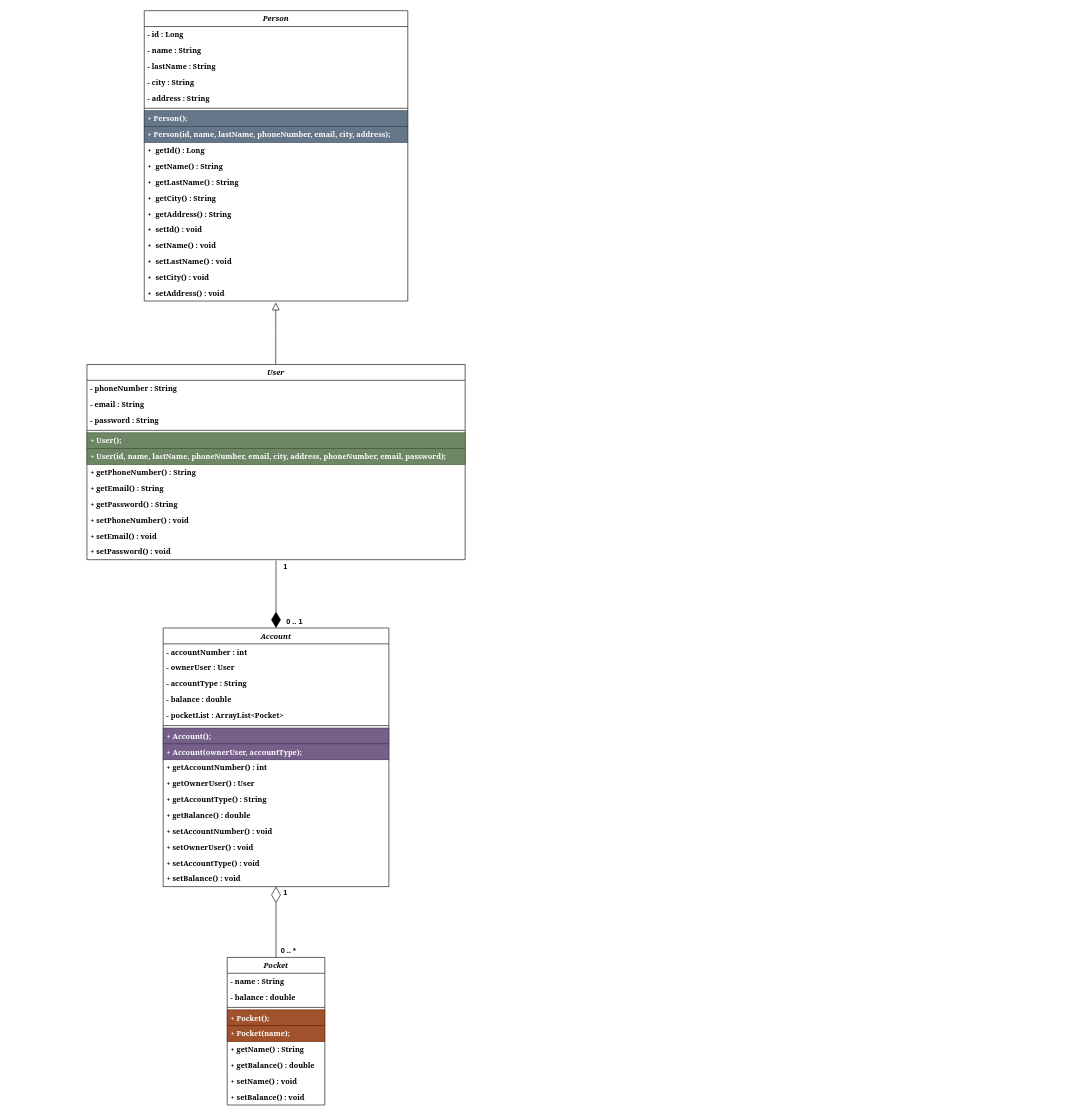
Above: docs/data-models.drawio in lopez-org/bank (draw.io), before the change. Source tidied: cells renumbered, new cells numbered last; positions are measured from the earlier drawing's top-left corner, leaving out a move shared by most shapes. Both pictures are drawn from the tidied source at 61%, with x=0, y=0 at pixel (87, 10).
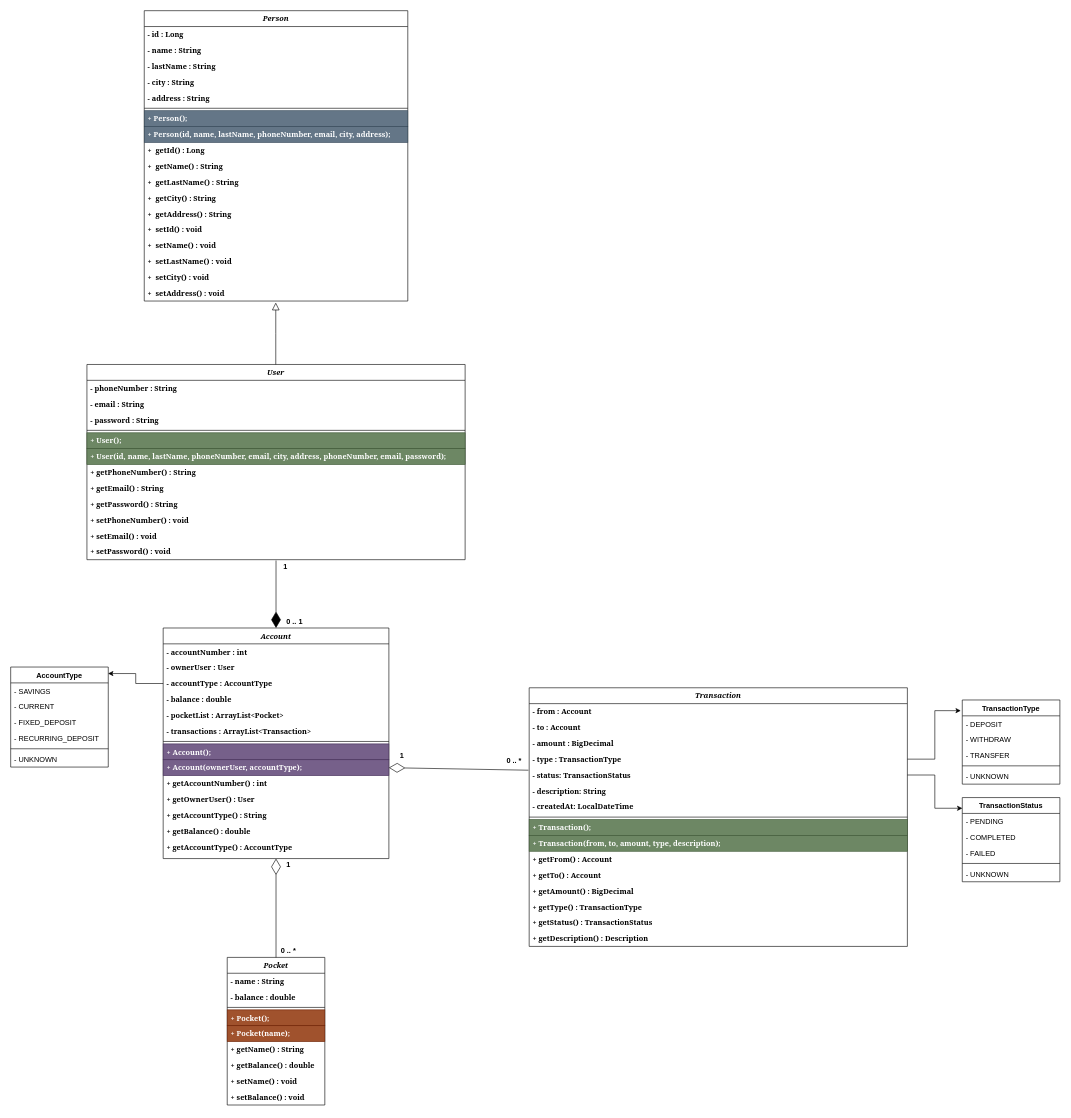
The same page after the edit.

Diff of the diagram source:
```diff
@@
     <mxCell id="15" value="Account" style="swimlane;fontStyle=3;align=center;verticalAlign=top;horizontal=1;startSize=26;rounded=0;shadow=0;strokeWidth=1;fontFamily=Georgia;" parent="1" vertex="1">
-      <mxGeometry x="125" y="1012" width="370" height="424" as="geometry" />
+      <mxGeometry x="125" y="1012" width="370" height="378" as="geometry" />
     </mxCell>
@@
-    <mxCell id="18" value="- accountType : String" style="text;align=left;verticalAlign=top;spacingLeft=4;spacingRight=4;overflow=hidden;points=[[0,0.5],[1,0.5]];portConstraint=eastwest;fontStyle=1;fontFamily=Georgia;" parent="15" vertex="1">
+    <mxCell id="18" value="- accountType : AccountType" style="text;align=left;verticalAlign=top;spacingLeft=4;spacingRight=4;overflow=hidden;points=[[0,0.5],[1,0.5]];portConstraint=eastwest;fontStyle=1;fontFamily=Georgia;" parent="15" vertex="1">
       <mxGeometry y="78" width="370" height="26" as="geometry" />
     </mxCell>
@@
+    <mxCell id="68" value="- transactions : ArrayList&lt;Transaction&gt;" style="text;align=left;verticalAlign=top;spacingLeft=4;spacingRight=4;overflow=hidden;fontStyle=1;fontFamily=Georgia;" parent="15" vertex="1">
+      <mxGeometry y="156" width="370" height="26" as="geometry" />
+    </mxCell>
     <mxCell id="21" style="line;html=1;strokeWidth=1;align=left;verticalAlign=middle;spacingTop=-1;spacingLeft=3;spacingRight=3;labelPosition=right;" parent="15" vertex="1">
-      <mxGeometry y="156" width="370" height="8" as="geometry" />
+      <mxGeometry y="182" width="370" height="8" as="geometry" />
     </mxCell>
     <mxCell id="22" value="+ Account();" style="text;align=left;verticalAlign=top;spacingLeft=4;spacingRight=4;overflow=hidden;fontStyle=1;fontFamily=Georgia;fillColor=#76608a;strokeColor=#432D57;fontColor=#ffffff;" parent="15" vertex="1">
-      <mxGeometry y="164" width="370" height="26" as="geometry" />
+      <mxGeometry y="190" width="370" height="26" as="geometry" />
     </mxCell>
     <mxCell id="23" value="+ Account(ownerUser, accountType);" style="text;align=left;verticalAlign=top;spacingLeft=4;spacingRight=4;overflow=hidden;points=[[0,0.5],[1,0.5]];portConstraint=eastwest;fontStyle=1;fontFamily=Georgia;fillColor=#76608a;strokeColor=#432D57;fontColor=#ffffff;" parent="15" vertex="1">
-      <mxGeometry y="190" width="370" height="26" as="geometry" />
+      <mxGeometry y="216" width="370" height="26" as="geometry" />
     </mxCell>
     <mxCell id="24" value="+ getAccountNumber() : int" style="text;align=left;verticalAlign=top;spacingLeft=4;spacingRight=4;overflow=hidden;fontStyle=1;fontFamily=Georgia;" parent="15" vertex="1">
-      <mxGeometry y="216" width="370" height="26" as="geometry" />
+      <mxGeometry y="242" width="370" height="26" as="geometry" />
     </mxCell>
     <mxCell id="25" value="+ getOwnerUser() : User" style="text;align=left;verticalAlign=top;spacingLeft=4;spacingRight=4;overflow=hidden;fontStyle=1;fontFamily=Georgia;" parent="15" vertex="1">
-      <mxGeometry y="242" width="370" height="26" as="geometry" />
+      <mxGeometry y="268" width="370" height="26" as="geometry" />
     </mxCell>
     <mxCell id="26" value="+ getAccountType() : String" style="text;align=left;verticalAlign=top;spacingLeft=4;spacingRight=4;overflow=hidden;fontStyle=1;fontFamily=Georgia;" parent="15" vertex="1">
-      <mxGeometry y="268" width="370" height="26" as="geometry" />
+      <mxGeometry y="294" width="370" height="26" as="geometry" />
     </mxCell>
     <mxCell id="27" value="+ getBalance() : double" style="text;align=left;verticalAlign=top;spacingLeft=4;spacingRight=4;overflow=hidden;fontStyle=1;fontFamily=Georgia;" parent="15" vertex="1">
-      <mxGeometry y="294" width="370" height="26" as="geometry" />
+      <mxGeometry y="320" width="370" height="26" as="geometry" />
     </mxCell>
-    <mxCell id="28" value="+ setAccountNumber() : void" style="text;align=left;verticalAlign=top;spacingLeft=4;spacingRight=4;overflow=hidden;fontStyle=1;fontFamily=Georgia;" parent="15" vertex="1">
-      <mxGeometry y="320" width="370" height="26" as="geometry" />
+    <mxCell id="28" value="+ getAccountType() : AccountType" style="text;align=left;verticalAlign=top;spacingLeft=4;spacingRight=4;overflow=hidden;fontStyle=1;fontFamily=Georgia;" parent="15" vertex="1">
+      <mxGeometry y="346" width="370" height="26" as="geometry" />
     </mxCell>
-    <mxCell id="29" value="+ setOwnerUser() : void" style="text;align=left;verticalAlign=top;spacingLeft=4;spacingRight=4;overflow=hidden;fontStyle=1;fontFamily=Georgia;" parent="15" vertex="1">
-      <mxGeometry y="346" width="370" height="26" as="geometry" />
-    </mxCell>
-    <mxCell id="30" value="+ setAccountType() : void" style="text;align=left;verticalAlign=top;spacingLeft=4;spacingRight=4;overflow=hidden;fontStyle=1;fontFamily=Georgia;" parent="15" vertex="1">
-      <mxGeometry y="372" width="370" height="26" as="geometry" />
-    </mxCell>
-    <mxCell id="31" value="+ setBalance() : void" style="text;align=left;verticalAlign=top;spacingLeft=4;spacingRight=4;overflow=hidden;fontStyle=1;fontFamily=Georgia;" parent="15" vertex="1">
-      <mxGeometry y="398" width="370" height="26" as="geometry" />
-    </mxCell>
@@
     <mxCell id="66" value="1" style="text;align=center;fontStyle=1;verticalAlign=middle;spacingLeft=3;spacingRight=3;strokeColor=none;html=1;" parent="1" vertex="1">
-      <mxGeometry x="315" y="1436" width="20" height="22" as="geometry" />
+      <mxGeometry x="320" y="1390" width="20" height="22" as="geometry" />
     </mxCell>
@@
+    <mxCell id="69" value="Transaction" style="swimlane;fontStyle=3;align=center;verticalAlign=top;horizontal=1;startSize=26;rounded=0;shadow=0;strokeWidth=1;fontFamily=Georgia;" parent="1" vertex="1">
+      <mxGeometry x="725" y="1110" width="620" height="424" as="geometry" />
+    </mxCell>
+    <mxCell id="70" value="- from : Account" style="text;align=left;verticalAlign=top;spacingLeft=4;spacingRight=4;overflow=hidden;fontStyle=1;fontFamily=Georgia;" parent="69" vertex="1">
+      <mxGeometry y="26" width="620" height="26" as="geometry" />
+    </mxCell>
+    <mxCell id="71" value="- to : Account" style="text;align=left;verticalAlign=top;spacingLeft=4;spacingRight=4;overflow=hidden;fontStyle=1;fontFamily=Georgia;" parent="69" vertex="1">
+      <mxGeometry y="52" width="620" height="26" as="geometry" />
+    </mxCell>
+    <mxCell id="72" value="- amount : BigDecimal" style="text;align=left;verticalAlign=top;spacingLeft=4;spacingRight=4;overflow=hidden;fontStyle=1;fontFamily=Georgia;" parent="69" vertex="1">
+      <mxGeometry y="78" width="620" height="26" as="geometry" />
+    </mxCell>
+    <mxCell id="73" value="- type : TransactionType" style="text;align=left;verticalAlign=top;spacingLeft=4;spacingRight=4;overflow=hidden;points=[[0,0.5],[1,0.5]];portConstraint=eastwest;fontStyle=1;fontFamily=Georgia;" parent="69" vertex="1">
+      <mxGeometry y="104" width="620" height="26" as="geometry" />
+    </mxCell>
+    <mxCell id="74" value="- status: TransactionStatus" style="text;align=left;verticalAlign=top;spacingLeft=4;spacingRight=4;overflow=hidden;points=[[0,0.5],[1,0.5]];portConstraint=eastwest;fontStyle=1;fontFamily=Georgia;" parent="69" vertex="1">
+      <mxGeometry y="130" width="620" height="26" as="geometry" />
+    </mxCell>
+    <mxCell id="75" value="- description: String" style="text;align=left;verticalAlign=top;spacingLeft=4;spacingRight=4;overflow=hidden;fontStyle=1;fontFamily=Georgia;" parent="69" vertex="1">
+      <mxGeometry y="156" width="620" height="26" as="geometry" />
+    </mxCell>
+    <mxCell id="76" value="- createdAt: LocalDateTime" style="text;align=left;verticalAlign=top;spacingLeft=4;spacingRight=4;overflow=hidden;fontStyle=1;fontFamily=Georgia;" parent="69" vertex="1">
+      <mxGeometry y="182" width="620" height="26" as="geometry" />
+    </mxCell>
+    <mxCell id="77" style="line;html=1;strokeWidth=1;align=left;verticalAlign=middle;spacingTop=-1;spacingLeft=3;spacingRight=3;labelPosition=right;" parent="69" vertex="1">
+      <mxGeometry y="208" width="620" height="8" as="geometry" />
+    </mxCell>
+    <mxCell id="78" value="+ Transaction();" style="text;align=left;verticalAlign=top;spacingLeft=4;spacingRight=4;overflow=hidden;fontStyle=1;fontFamily=Georgia;fillColor=#6d8764;strokeColor=#3A5431;fontColor=#ffffff;" parent="69" vertex="1">
+      <mxGeometry y="216" width="620" height="26" as="geometry" />
+    </mxCell>
+    <mxCell id="79" value="+ Transaction(from, to, amount, type, description);" style="text;align=left;verticalAlign=top;spacingLeft=4;spacingRight=4;overflow=hidden;fontStyle=1;fontFamily=Georgia;fillColor=#6d8764;strokeColor=#3A5431;fontColor=#ffffff;" parent="69" vertex="1">
+      <mxGeometry y="242" width="620" height="26" as="geometry" />
+    </mxCell>
+    <mxCell id="80" value="+ getFrom() : Account" style="text;align=left;verticalAlign=top;spacingLeft=4;spacingRight=4;overflow=hidden;fontStyle=1;fontFamily=Georgia;" parent="69" vertex="1">
+      <mxGeometry y="268" width="620" height="26" as="geometry" />
+    </mxCell>
+    <mxCell id="81" value="+ getTo() : Account" style="text;align=left;verticalAlign=top;spacingLeft=4;spacingRight=4;overflow=hidden;fontStyle=1;fontFamily=Georgia;" parent="69" vertex="1">
+      <mxGeometry y="294" width="620" height="26" as="geometry" />
+    </mxCell>
+    <mxCell id="82" value="+ getAmount() : BigDecimal" style="text;align=left;verticalAlign=top;spacingLeft=4;spacingRight=4;overflow=hidden;fontStyle=1;fontFamily=Georgia;" parent="69" vertex="1">
+      <mxGeometry y="320" width="620" height="26" as="geometry" />
+    </mxCell>
+    <mxCell id="83" value="+ getType() : TransactionType" style="text;align=left;verticalAlign=top;spacingLeft=4;spacingRight=4;overflow=hidden;fontStyle=1;fontFamily=Georgia;" parent="69" vertex="1">
+      <mxGeometry y="346" width="620" height="26" as="geometry" />
+    </mxCell>
+    <mxCell id="84" value="+ getStatus() : TransactionStatus" style="text;align=left;verticalAlign=top;spacingLeft=4;spacingRight=4;overflow=hidden;fontStyle=1;fontFamily=Georgia;" parent="69" vertex="1">
+      <mxGeometry y="372" width="620" height="26" as="geometry" />
+    </mxCell>
+    <mxCell id="85" value="+ getDescription() : Description" style="text;align=left;verticalAlign=top;spacingLeft=4;spacingRight=4;overflow=hidden;fontStyle=1;fontFamily=Georgia;" parent="69" vertex="1">
+      <mxGeometry y="398" width="620" height="26" as="geometry" />
+    </mxCell>
+    <mxCell id="86" style="endArrow=diamondThin;endFill=0;endSize=24;html=1;rounded=0;exitX=-0.002;exitY=1.198;exitDx=0;exitDy=0;exitPerimeter=0;entryX=1;entryY=0.5;entryDx=0;entryDy=0;" parent="1" edge="1" source="73" target="23">
+      <mxGeometry relative="1" as="geometry" />
+    </mxCell>
+    <mxCell id="87" value="1" style="text;align=center;fontStyle=1;verticalAlign=middle;spacingLeft=3;spacingRight=3;strokeColor=none;html=1;" parent="1" vertex="1">
+      <mxGeometry x="506" y="1210" width="20" height="22" as="geometry" />
+    </mxCell>
+    <mxCell id="88" value="0 .. *" style="text;align=center;fontStyle=1;verticalAlign=middle;spacingLeft=3;spacingRight=3;strokeColor=none;html=1;" parent="1" vertex="1">
+      <mxGeometry x="685" y="1220" width="30" height="20" as="geometry" />
+    </mxCell>
+    <mxCell id="89" value="AccountType" style="swimlane;fontStyle=1;align=center;verticalAlign=top;horizontal=1;startSize=26;" parent="1" vertex="1">
+      <mxGeometry x="-125" y="1076" width="160" height="164" as="geometry" />
+    </mxCell>
+    <mxCell id="90" value="- SAVINGS" style="text;strokeColor=none;fillColor=none;align=left;verticalAlign=top;spacingLeft=4;spacingRight=4;overflow=hidden;" parent="89" vertex="1">
+      <mxGeometry y="26" width="160" height="26" as="geometry" />
+    </mxCell>
+    <mxCell id="91" value="- CURRENT" style="text;strokeColor=none;fillColor=none;align=left;verticalAlign=top;spacingLeft=4;spacingRight=4;overflow=hidden;" parent="89" vertex="1">
+      <mxGeometry y="52" width="160" height="26" as="geometry" />
+    </mxCell>
+    <mxCell id="92" value="- FIXED_DEPOSIT" style="text;strokeColor=none;fillColor=none;align=left;verticalAlign=top;spacingLeft=4;spacingRight=4;overflow=hidden;" parent="89" vertex="1">
+      <mxGeometry y="78" width="160" height="26" as="geometry" />
+    </mxCell>
+    <mxCell id="93" value="- RECURRING_DEPOSIT" style="text;strokeColor=none;fillColor=none;align=left;verticalAlign=top;spacingLeft=4;spacingRight=4;overflow=hidden;" parent="89" vertex="1">
+      <mxGeometry y="104" width="160" height="26" as="geometry" />
+    </mxCell>
+    <mxCell id="94" style="line;strokeWidth=1;fillColor=none;align=left;verticalAlign=middle;spacingTop=-1;spacingLeft=3;spacingRight=3;labelPosition=right;strokeColor=inherit;" parent="89" vertex="1">
+      <mxGeometry y="130" width="160" height="8" as="geometry" />
+    </mxCell>
+    <mxCell id="95" value="- UNKNOWN" style="text;strokeColor=none;fillColor=none;align=left;verticalAlign=top;spacingLeft=4;spacingRight=4;overflow=hidden;" parent="89" vertex="1">
+      <mxGeometry y="138" width="160" height="26" as="geometry" />
+    </mxCell>
+    <mxCell id="96" value="TransactionType" style="swimlane;fontStyle=1;align=center;verticalAlign=top;horizontal=1;startSize=26;" parent="1" vertex="1">
+      <mxGeometry x="1435" y="1130" width="160" height="138" as="geometry" />
+    </mxCell>
+    <mxCell id="97" value="- DEPOSIT" style="text;strokeColor=none;fillColor=none;align=left;verticalAlign=top;spacingLeft=4;spacingRight=4;overflow=hidden;" parent="96" vertex="1">
+      <mxGeometry y="26" width="160" height="26" as="geometry" />
+    </mxCell>
+    <mxCell id="98" value="- WITHDRAW" style="text;strokeColor=none;fillColor=none;align=left;verticalAlign=top;spacingLeft=4;spacingRight=4;overflow=hidden;" parent="96" vertex="1">
+      <mxGeometry y="52" width="160" height="26" as="geometry" />
+    </mxCell>
+    <mxCell id="99" value="- TRANSFER" style="text;strokeColor=none;fillColor=none;align=left;verticalAlign=top;spacingLeft=4;spacingRight=4;overflow=hidden;" parent="96" vertex="1">
+      <mxGeometry y="78" width="160" height="26" as="geometry" />
+    </mxCell>
+    <mxCell id="100" style="line;strokeWidth=1;fillColor=none;align=left;verticalAlign=middle;spacingTop=-1;spacingLeft=3;spacingRight=3;labelPosition=right;strokeColor=inherit;" parent="96" vertex="1">
+      <mxGeometry y="104" width="160" height="8" as="geometry" />
+    </mxCell>
+    <mxCell id="101" value="- UNKNOWN" style="text;strokeColor=none;fillColor=none;align=left;verticalAlign=top;spacingLeft=4;spacingRight=4;overflow=hidden;" parent="96" vertex="1">
+      <mxGeometry y="112" width="160" height="26" as="geometry" />
+    </mxCell>
+    <mxCell id="102" value="TransactionStatus" style="swimlane;fontStyle=1;align=center;verticalAlign=top;horizontal=1;startSize=26;" parent="1" vertex="1">
+      <mxGeometry x="1435" y="1290" width="160" height="138" as="geometry" />
+    </mxCell>
+    <mxCell id="103" value="- PENDING" style="text;strokeColor=none;fillColor=none;align=left;verticalAlign=top;spacingLeft=4;spacingRight=4;overflow=hidden;" parent="102" vertex="1">
+      <mxGeometry y="26" width="160" height="26" as="geometry" />
+    </mxCell>
+    <mxCell id="104" value="- COMPLETED" style="text;strokeColor=none;fillColor=none;align=left;verticalAlign=top;spacingLeft=4;spacingRight=4;overflow=hidden;" parent="102" vertex="1">
+      <mxGeometry y="52" width="160" height="26" as="geometry" />
+    </mxCell>
+    <mxCell id="105" value="- FAILED" style="text;strokeColor=none;fillColor=none;align=left;verticalAlign=top;spacingLeft=4;spacingRight=4;overflow=hidden;" parent="102" vertex="1">
+      <mxGeometry y="78" width="160" height="26" as="geometry" />
+    </mxCell>
+    <mxCell id="106" style="line;strokeWidth=1;fillColor=none;align=left;verticalAlign=middle;spacingTop=-1;spacingLeft=3;spacingRight=3;labelPosition=right;strokeColor=inherit;" parent="102" vertex="1">
+      <mxGeometry y="104" width="160" height="8" as="geometry" />
+    </mxCell>
+    <mxCell id="107" value="- UNKNOWN" style="text;strokeColor=none;fillColor=none;align=left;verticalAlign=top;spacingLeft=4;spacingRight=4;overflow=hidden;" parent="102" vertex="1">
+      <mxGeometry y="112" width="160" height="26" as="geometry" />
+    </mxCell>
+    <mxCell id="108" style="edgeStyle=orthogonalEdgeStyle;rounded=0;jettySize=auto;html=1;entryX=-0.015;entryY=0.127;entryDx=0;entryDy=0;entryPerimeter=0;" parent="1" edge="1" source="73" target="96">
+      <mxGeometry relative="1" as="geometry" />
+    </mxCell>
+    <mxCell id="109" style="edgeStyle=orthogonalEdgeStyle;rounded=0;jettySize=auto;html=1;entryX=0.001;entryY=0.127;entryDx=0;entryDy=0;entryPerimeter=0;" parent="1" edge="1" source="74" target="102">
+      <mxGeometry relative="1" as="geometry" />
+    </mxCell>
+    <mxCell id="110" style="edgeStyle=orthogonalEdgeStyle;rounded=0;jettySize=auto;html=1;entryX=0.998;entryY=0.065;entryDx=0;entryDy=0;entryPerimeter=0;" parent="1" edge="1" source="18" target="89">
+      <mxGeometry relative="1" as="geometry" />
+    </mxCell>
```
